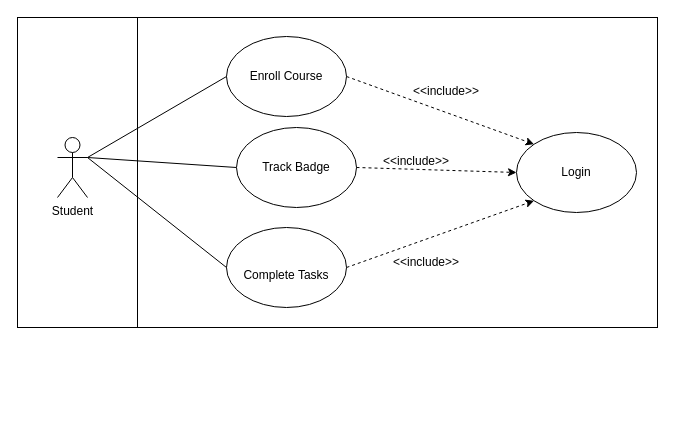
Before: UML DIAGRAMS/HackAcad_Use_Case_Diagrams/Student.drawio in pikaitoh/HackAcad.Web, a draw.io diagram. Source tidied: cells renumbered, new cells numbered last; positions are measured from the earlier drawing's top-left corner, leaving out a move shared by most shapes. Both pictures are drawn from the tidied source at 100%, with x=0, y=0 at pixel (17, 17).
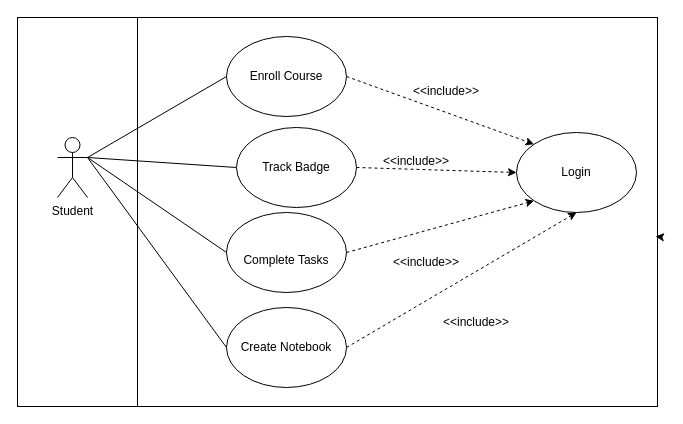
The same page after the edit.

The change refers to these unchanged cells:
```xml
<mxCell id="4" value="Student" style="shape=umlActor;verticalLabelPosition=bottom;verticalAlign=top;html=1;outlineConnect=0;" parent="1" vertex="1">
  <mxGeometry x="40" y="120" width="30" height="60" as="geometry" />
</mxCell>
<mxCell id="7" value="Login" style="ellipse;whiteSpace=wrap;html=1;shapeInside=1;fillColor=light-dark(#FFFFFF,#8C7B3F);" parent="1" vertex="1">
  <mxGeometry x="499" y="115" width="120" height="80" as="geometry" />
</mxCell>
```

Change to the diagram source:
```diff
@@
-    <mxCell id="2" style="rounded=0;whiteSpace=wrap;html=1;fillColor=none;" parent="1" vertex="1">
-      <mxGeometry x="120" width="520" height="310" as="geometry" />
-    </mxCell>
-    <mxCell id="3" style="rounded=0;whiteSpace=wrap;html=1;fillColor=none;" parent="1" vertex="1">
-      <mxGeometry width="120" height="310" as="geometry" />
-    </mxCell>
+    <mxCell id="18" style="rounded=0;whiteSpace=wrap;html=1;fillColor=none;" parent="1" vertex="1">
+      <mxGeometry x="120" width="520" height="389" as="geometry" />
+    </mxCell>
+    <mxCell id="19" style="rounded=0;whiteSpace=wrap;html=1;fillColor=none;" parent="1" vertex="1">
+      <mxGeometry width="120" height="389" as="geometry" />
+    </mxCell>
@@
     <mxCell id="6" value="&lt;div&gt;&lt;br&gt;&lt;/div&gt;&lt;div&gt;&lt;br&gt;&lt;/div&gt;&lt;div&gt;Complete Tasks&lt;/div&gt;&lt;div&gt;&lt;br&gt;&lt;/div&gt;" style="ellipse;whiteSpace=wrap;html=1;shapeInside=1;" parent="1" vertex="1">
-      <mxGeometry x="209" y="210" width="120" height="80" as="geometry" />
+      <mxGeometry x="209" y="195" width="120" height="80" as="geometry" />
     </mxCell>
@@
-    <mxCell id="12" value="&amp;lt;&amp;lt;include&amp;gt;&amp;gt;" style="text;html=1;whiteSpace=wrap;strokeColor=none;fillColor=none;align=center;verticalAlign=middle;rounded=0;" parent="1" vertex="1">
-      <mxGeometry x="379" y="230" width="60" height="30" as="geometry" />
-    </mxCell>
-    <mxCell id="13" value="&amp;lt;&amp;lt;include&amp;gt;&amp;gt;" style="text;html=1;whiteSpace=wrap;strokeColor=none;fillColor=none;align=center;verticalAlign=middle;rounded=0;" parent="1" vertex="1">
-      <mxGeometry x="399" y="59" width="60" height="30" as="geometry" />
-    </mxCell>
+    <mxCell id="20" value="&amp;lt;&amp;lt;include&amp;gt;&amp;gt;" style="text;html=1;whiteSpace=wrap;strokeColor=none;fillColor=none;align=center;verticalAlign=middle;rounded=0;" parent="1" vertex="1">
+      <mxGeometry x="379" y="230" width="60" height="30" as="geometry" />
+    </mxCell>
+    <mxCell id="21" value="&amp;lt;&amp;lt;include&amp;gt;&amp;gt;" style="text;html=1;whiteSpace=wrap;strokeColor=none;fillColor=none;align=center;verticalAlign=middle;rounded=0;" parent="1" vertex="1">
+      <mxGeometry x="399" y="59" width="60" height="30" as="geometry" />
+    </mxCell>
@@
-    <mxCell id="17" value="&amp;lt;&amp;lt;include&amp;gt;&amp;gt;" style="text;html=1;whiteSpace=wrap;strokeColor=none;fillColor=none;align=center;verticalAlign=middle;rounded=0;" parent="1" vertex="1">
-      <mxGeometry x="369" y="129" width="60" height="30" as="geometry" />
-    </mxCell>
+    <mxCell id="22" value="&amp;lt;&amp;lt;include&amp;gt;&amp;gt;" style="text;html=1;whiteSpace=wrap;strokeColor=none;fillColor=none;align=center;verticalAlign=middle;rounded=0;" parent="1" vertex="1">
+      <mxGeometry x="369" y="129" width="60" height="30" as="geometry" />
+    </mxCell>
+    <mxCell id="23" value="Create Notebook" style="ellipse;whiteSpace=wrap;html=1;shapeInside=1;" parent="1" vertex="1">
+      <mxGeometry x="209" y="290" width="120" height="80" as="geometry" />
+    </mxCell>
+    <mxCell id="24" style="endArrow=none;html=1;rounded=0;exitX=1;exitY=0.3333333333333333;exitDx=0;exitDy=0;exitPerimeter=0;entryX=0;entryY=0.5;entryDx=0;entryDy=0;" parent="1" edge="1" source="4" target="23">
+      <mxGeometry relative="1" as="geometry" />
+    </mxCell>
+    <mxCell id="25" style="html=1;labelBackgroundColor=#ffffff;startArrow=none;startFill=0;startSize=6;endArrow=classic;endFill=1;endSize=6;jettySize=auto;strokeWidth=1;dashed=1;fontSize=14;rounded=0;entryX=0;entryY=1;entryDx=0;entryDy=0;" parent="1" edge="1" source="18">
+      <mxGeometry relative="1" as="geometry">
+        <mxPoint x="638" y="219" as="targetPoint" />
+      </mxGeometry>
+    </mxCell>
+    <mxCell id="26" style="html=1;labelBackgroundColor=#ffffff;startArrow=none;startFill=0;startSize=6;endArrow=classic;endFill=1;endSize=6;jettySize=auto;strokeWidth=1;dashed=1;fontSize=14;rounded=0;exitX=1;exitY=0.5;exitDx=0;exitDy=0;entryX=0.5;entryY=1;entryDx=0;entryDy=0;" parent="1" edge="1" source="23" target="7">
+      <mxGeometry relative="1" as="geometry" />
+    </mxCell>
+    <mxCell id="27" value="&amp;lt;&amp;lt;include&amp;gt;&amp;gt;" style="text;html=1;whiteSpace=wrap;strokeColor=none;fillColor=none;align=center;verticalAlign=middle;rounded=0;" parent="1" vertex="1">
+      <mxGeometry x="429" y="290" width="60" height="30" as="geometry" />
+    </mxCell>
```
